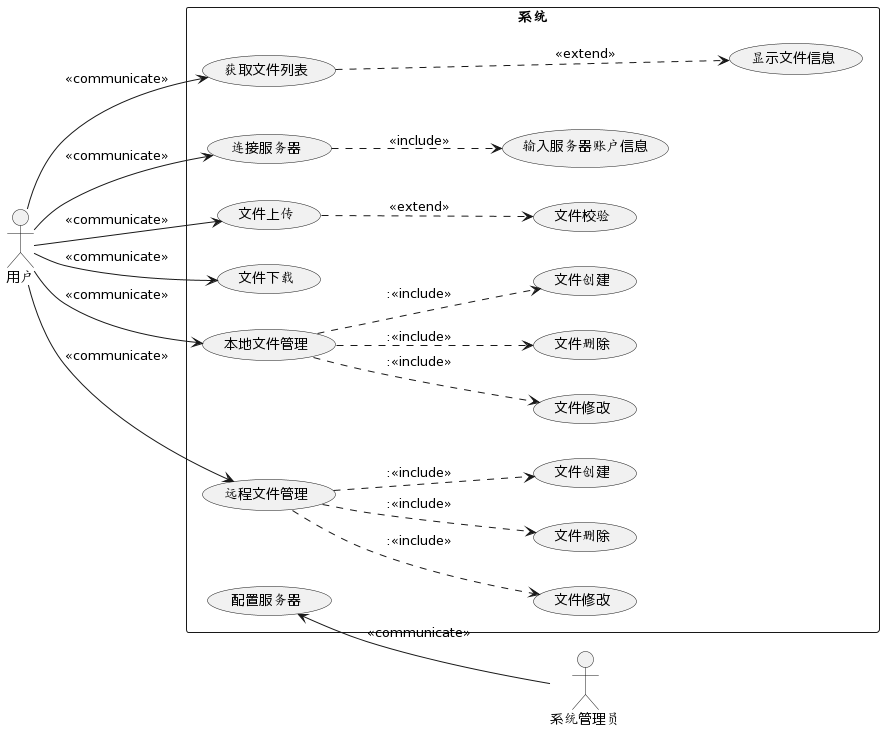
Earlier version of the PlantUML export doc/design/usercase.png (lxl3333/httplib).
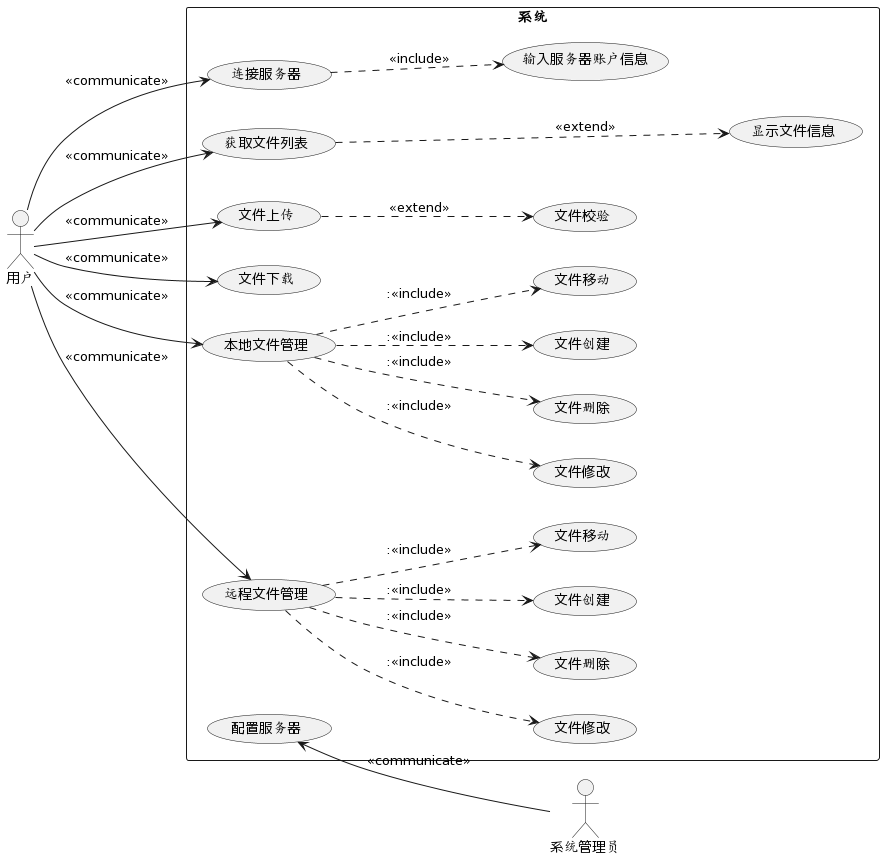
After the commit.

Commit message:
修改非功能性需求

The edit, as a diff of the source:
```diff
@@ -3,8 +3,8 @@
 actor "用户" as fc
 actor "系统管理员" as maneger
 rectangle 系统 {
+  usecase "连接服务器" as UC1
   usecase "获取文件列表" as UC2
-  usecase "连接服务器" as UC1
   usecase "文件上传" as UC3
   usecase "文件下载" as UC4
   usecase "本地文件管理" as UC5
@@ -13,9 +13,11 @@
   usecase "文件修改" as modify
   usecase "文件删除" as remove
   usecase "文件创建" as create
+  usecase "文件移动" as movefile
   usecase "文件修改" as rmodify
   usecase "文件删除" as rremove
   usecase "文件创建" as rcreate
+  usecase "文件移动" as rmovefile
   usecase "显示文件信息" as showfileinfo
   usecase "输入服务器账户信息" as login
   usecase "配置服务器" as config
@@ -33,10 +35,12 @@
 UC5 ..>modify ::<<include>>
 UC5 ..>remove ::<<include>>
 UC5 ..>create ::<<include>>
+UC5 ..>movefile ::<<include>>
 
 UC6 ..>rmodify ::<<include>>
 UC6 ..>rremove ::<<include>>
 UC6 ..>rcreate ::<<include>>
+UC6 ..>rmovefile ::<<include>>
 
 config<--maneger :<<communicate>>
 @enduml
```
